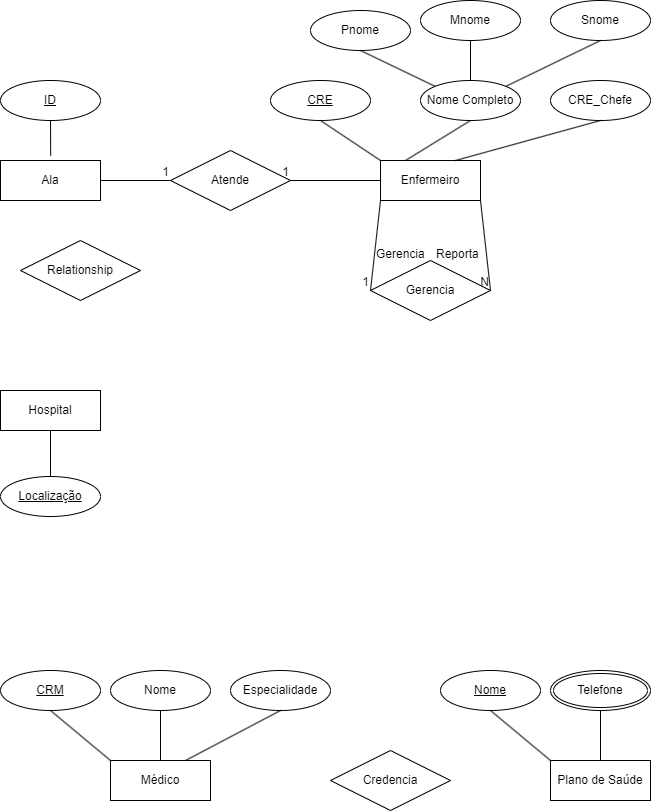
This is Exerc1.drawio.png from VitorFonseca123/ExerciciosACH2004_BD, a draw.io export, as it was before one commit. Source tidied: cells renumbered, new cells last; positions are measured from the earlier drawing's top-left corner, leaving out a move shared by most shapes.
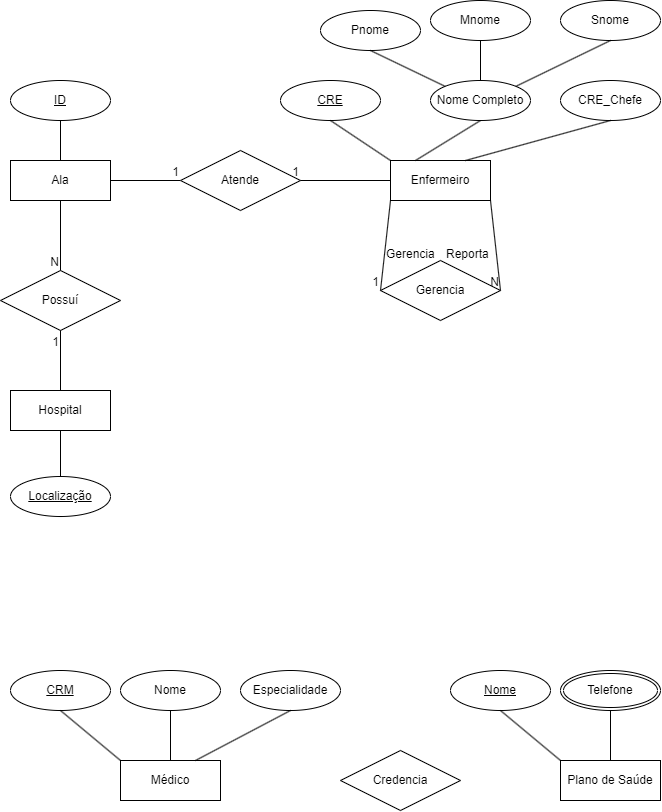
Above is the later version.

Commit message:
relacionamento entre hospital e ala

What changed in the source:
```diff
@@ -67,7 +67,7 @@
     <mxCell id="22" value="Ala" style="whiteSpace=wrap;html=1;align=center;" parent="1" vertex="1">
       <mxGeometry y="160" width="100" height="40" as="geometry" />
     </mxCell>
-    <mxCell id="23" style="rounded=0;jettySize=auto;html=1;exitX=0.5;exitY=1;exitDx=0;exitDy=0;entryX=0.502;entryY=-0.121;entryDx=0;entryDy=0;strokeColor=default;endArrow=none;endFill=0;entryPerimeter=0;" parent="1" edge="1" source="24" target="22">
+    <mxCell id="23" style="rounded=0;jettySize=auto;html=1;exitX=0.5;exitY=1;exitDx=0;exitDy=0;entryX=0.5;entryY=0;entryDx=0;entryDy=0;strokeColor=default;endArrow=none;endFill=0;" parent="1" edge="1" source="24" target="22">
       <mxGeometry relative="1" as="geometry" />
     </mxCell>
     <mxCell id="24" value="ID" style="ellipse;whiteSpace=wrap;html=1;align=center;fontStyle=4;" parent="1" vertex="1">
@@ -138,8 +138,22 @@
     <mxCell id="45" style="endArrow=none;html=1;rounded=0;exitX=0.5;exitY=0;exitDx=0;exitDy=0;entryX=0.5;entryY=1;entryDx=0;entryDy=0;" parent="1" edge="1" source="44" target="43">
       <mxGeometry relative="1" as="geometry" />
     </mxCell>
-    <mxCell id="46" value="Relationship" style="shape=rhombus;perimeter=rhombusPerimeter;whiteSpace=wrap;html=1;align=center;" parent="1" vertex="1">
-      <mxGeometry x="20" y="240" width="120" height="60" as="geometry" />
+    <mxCell id="46" value="Possuí" style="shape=rhombus;perimeter=rhombusPerimeter;whiteSpace=wrap;html=1;align=center;" parent="1" vertex="1">
+      <mxGeometry x="-10" y="270" width="120" height="60" as="geometry" />
     </mxCell>
+    <mxCell id="47" style="endArrow=none;html=1;rounded=0;entryX=0.5;entryY=1;entryDx=0;entryDy=0;exitX=0.5;exitY=0;exitDx=0;exitDy=0;" parent="1" edge="1" source="43" target="46">
+      <mxGeometry relative="1" as="geometry" />
+    </mxCell>
+    <mxCell id="48" value="1" style="html=1;whiteSpace=wrap;align=right;verticalAlign=bottom;" parent="47" vertex="1">
+      <mxGeometry x="1" relative="1" as="geometry">
+        <mxPoint y="20" as="offset" />
+      </mxGeometry>
+    </mxCell>
+    <mxCell id="49" style="endArrow=none;html=1;rounded=0;entryX=0.5;entryY=0;entryDx=0;entryDy=0;exitX=0.5;exitY=1;exitDx=0;exitDy=0;" parent="1" edge="1" source="22" target="46">
+      <mxGeometry relative="1" as="geometry" />
+    </mxCell>
+    <mxCell id="50" value="N" style="html=1;whiteSpace=wrap;align=right;verticalAlign=bottom;" parent="49" vertex="1">
+      <mxGeometry x="1" relative="1" as="geometry" />
+    </mxCell>
   </root>
 </mxGraphModel>
```
